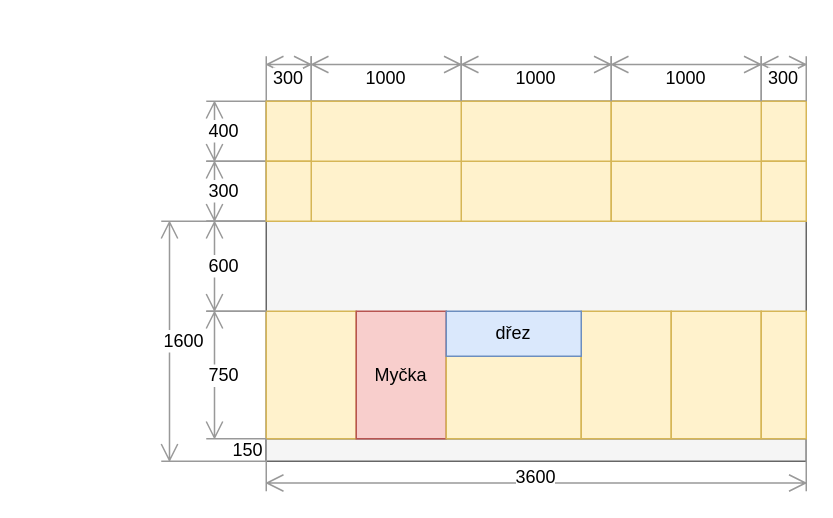
Before: docs/src/static/drawings/kitchen.wall-watter.drawio in surquest/flat-renovation, a draw.io diagram. Source tidied: cells renumbered, new cells numbered last; positions are measured from the earlier drawing's top-left corner, leaving out a move shared by most shapes. Both pictures are drawn from the tidied source at 150%, with x=0, y=0 at pixel (160, 56).
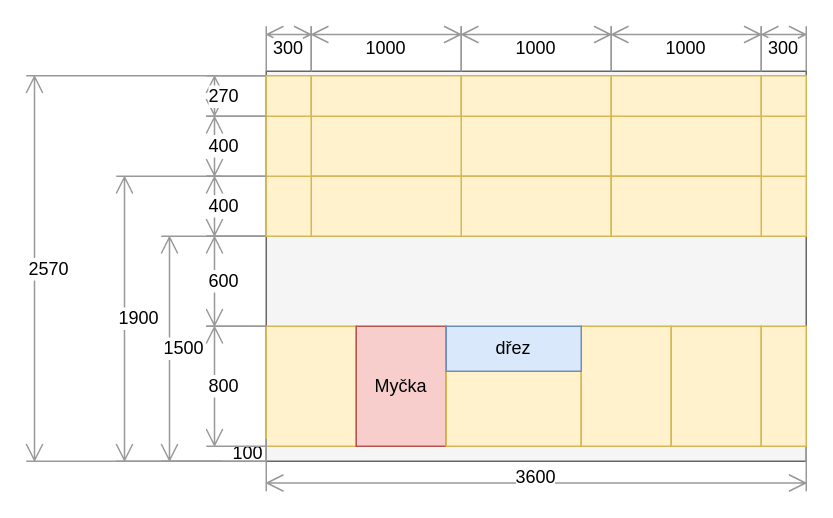
The same diagram, later.

Commit message (it also covers changes not shown here):
Patch of kitchen sizing

Change to the diagram source:
```diff
@@
     <mxCell id="2" style="rounded=0;whiteSpace=wrap;html=1;strokeColor=#666666;fillColor=#f5f5f5;fontColor=#333333;" parent="1" vertex="1">
-      <mxGeometry x="70" y="30" width="360" height="240" as="geometry" />
+      <mxGeometry x="70" y="10" width="360" height="250" as="geometry" />
     </mxCell>
     <mxCell id="3" style="rounded=0;whiteSpace=wrap;html=1;fillColor=#f5f5f5;fontColor=#333333;strokeColor=#666666;" parent="1" vertex="1">
-      <mxGeometry x="70" y="255" width="360" height="15" as="geometry" />
+      <mxGeometry x="70" y="260" width="360" height="10" as="geometry" />
     </mxCell>
     <mxCell id="4" style="rounded=0;whiteSpace=wrap;html=1;fillColor=#fff2cc;strokeColor=#d6b656;" parent="1" vertex="1">
-      <mxGeometry x="70" y="170" width="60" height="85" as="geometry" />
+      <mxGeometry x="70" y="180" width="60" height="80" as="geometry" />
     </mxCell>
-    <mxCell id="5" value="150" style="shape=dimension;direction=south;whiteSpace=wrap;html=1;align=right;verticalAlign=middle;labelBackgroundColor=#ffffff;strokeColor=none;" parent="1" vertex="1">
-      <mxGeometry x="30" y="255" width="40" height="15" as="geometry" />
+    <mxCell id="5" value="100" style="shape=dimension;direction=south;whiteSpace=wrap;html=1;align=right;verticalAlign=middle;labelBackgroundColor=#ffffff;strokeColor=none;" parent="1" vertex="1">
+      <mxGeometry x="30" y="260" width="40" height="10" as="geometry" />
     </mxCell>
-    <mxCell id="6" value="750" style="shape=dimension;direction=south;whiteSpace=wrap;html=1;align=left;verticalAlign=middle;labelBackgroundColor=#ffffff;strokeColor=#999999;" parent="1" vertex="1">
-      <mxGeometry x="30" y="170" width="40" height="85" as="geometry" />
+    <mxCell id="6" value="800" style="shape=dimension;direction=south;whiteSpace=wrap;html=1;align=left;verticalAlign=middle;labelBackgroundColor=#ffffff;strokeColor=#999999;" parent="1" vertex="1">
+      <mxGeometry x="30" y="180" width="40" height="80" as="geometry" />
     </mxCell>
     <mxCell id="7" value="400" style="shape=dimension;direction=south;whiteSpace=wrap;html=1;align=left;verticalAlign=middle;labelBackgroundColor=#ffffff;strokeColor=#999999;" parent="1" vertex="1">
-      <mxGeometry x="30" y="30" width="40" height="40" as="geometry" />
+      <mxGeometry x="30" y="80" width="40" height="40" as="geometry" />
     </mxCell>
-    <mxCell id="8" value="1600" style="shape=dimension;direction=south;whiteSpace=wrap;html=1;align=left;verticalAlign=middle;labelBackgroundColor=#ffffff;strokeColor=#999999;" parent="1" vertex="1">
-      <mxGeometry y="110" width="70" height="160" as="geometry" />
+    <mxCell id="8" value="1500" style="shape=dimension;direction=south;whiteSpace=wrap;html=1;align=left;verticalAlign=middle;labelBackgroundColor=#ffffff;strokeColor=#999999;" parent="1" vertex="1">
+      <mxGeometry y="120" width="70" height="150" as="geometry" />
     </mxCell>
     <mxCell id="9" value="Myčka" style="rounded=0;whiteSpace=wrap;html=1;fillColor=#f8cecc;strokeColor=#b85450;" parent="1" vertex="1">
-      <mxGeometry x="130" y="170" width="60" height="85" as="geometry" />
+      <mxGeometry x="130" y="180" width="60" height="80" as="geometry" />
     </mxCell>
     <mxCell id="10" style="rounded=0;whiteSpace=wrap;html=1;fillColor=#fff2cc;strokeColor=#d6b656;" parent="1" vertex="1">
-      <mxGeometry x="190" y="200" width="90" height="55" as="geometry" />
+      <mxGeometry x="190" y="205" width="90" height="55" as="geometry" />
     </mxCell>
@@
     <mxCell id="12" value="300" style="shape=dimension;direction=west;whiteSpace=wrap;html=1;align=center;verticalAlign=middle;labelBackgroundColor=#ffffff;strokeColor=#999999;" parent="1" vertex="1">
-      <mxGeometry x="70" width="30" height="30" as="geometry" />
+      <mxGeometry x="70" y="-20" width="30" height="30" as="geometry" />
     </mxCell>
     <mxCell id="13" style="rounded=0;whiteSpace=wrap;html=1;fillColor=#fff2cc;strokeColor=#d6b656;" parent="1" vertex="1">
-      <mxGeometry x="280" y="170" width="60" height="85" as="geometry" />
+      <mxGeometry x="280" y="180" width="60" height="80" as="geometry" />
     </mxCell>
     <mxCell id="14" style="rounded=0;whiteSpace=wrap;html=1;fillColor=#fff2cc;strokeColor=#d6b656;" parent="1" vertex="1">
-      <mxGeometry x="340" y="170" width="60" height="85" as="geometry" />
+      <mxGeometry x="340" y="180" width="60" height="80" as="geometry" />
     </mxCell>
     <mxCell id="15" style="rounded=0;whiteSpace=wrap;html=1;fillColor=#fff2cc;strokeColor=#d6b656;" parent="1" vertex="1">
-      <mxGeometry x="400" y="170" width="30" height="85" as="geometry" />
+      <mxGeometry x="400" y="180" width="30" height="80" as="geometry" />
     </mxCell>
     <mxCell id="16" value="dřez" style="rounded=0;whiteSpace=wrap;html=1;fillColor=#dae8fc;strokeColor=#6c8ebf;" parent="1" vertex="1">
-      <mxGeometry x="190" y="170" width="90" height="30" as="geometry" />
+      <mxGeometry x="190" y="180" width="90" height="30" as="geometry" />
     </mxCell>
     <mxCell id="17" style="rounded=0;whiteSpace=wrap;html=1;fillColor=#fff2cc;strokeColor=#d6b656;" parent="1" vertex="1">
-      <mxGeometry x="400" y="30" width="30" height="40" as="geometry" />
+      <mxGeometry x="400" y="80" width="30" height="40" as="geometry" />
     </mxCell>
     <mxCell id="18" style="rounded=0;whiteSpace=wrap;html=1;fillColor=#fff2cc;strokeColor=#d6b656;" parent="1" vertex="1">
-      <mxGeometry x="400" y="70" width="30" height="40" as="geometry" />
+      <mxGeometry x="400" y="40" width="30" height="40" as="geometry" />
     </mxCell>
     <mxCell id="19" value="1000" style="shape=dimension;direction=west;whiteSpace=wrap;html=1;align=center;verticalAlign=middle;labelBackgroundColor=#ffffff;strokeColor=#999999;" parent="1" vertex="1">
-      <mxGeometry x="100" width="100" height="30" as="geometry" />
+      <mxGeometry x="100" y="-20" width="100" height="30" as="geometry" />
     </mxCell>
     <mxCell id="20" value="600" style="shape=dimension;direction=south;whiteSpace=wrap;html=1;align=left;verticalAlign=middle;labelBackgroundColor=#ffffff;strokeColor=#999999;" parent="1" vertex="1">
-      <mxGeometry x="30" y="110" width="40" height="60" as="geometry" />
+      <mxGeometry x="30" y="120" width="40" height="60" as="geometry" />
     </mxCell>
-    <mxCell id="21" value="300" style="shape=dimension;direction=south;whiteSpace=wrap;html=1;align=left;verticalAlign=middle;labelBackgroundColor=#ffffff;strokeColor=#999999;" parent="1" vertex="1">
-      <mxGeometry x="30" y="70" width="40" height="40" as="geometry" />
-    </mxCell>
     <mxCell id="22" style="rounded=0;whiteSpace=wrap;html=1;fillColor=#fff2cc;strokeColor=#d6b656;" parent="1" vertex="1">
-      <mxGeometry x="200" y="70" width="100" height="40" as="geometry" />
+      <mxGeometry x="200" y="40" width="100" height="40" as="geometry" />
     </mxCell>
     <mxCell id="23" style="rounded=0;whiteSpace=wrap;html=1;fillColor=#fff2cc;strokeColor=#d6b656;" parent="1" vertex="1">
-      <mxGeometry x="200" y="30" width="100" height="40" as="geometry" />
+      <mxGeometry x="200" y="80" width="100" height="40" as="geometry" />
     </mxCell>
     <mxCell id="24" style="rounded=0;whiteSpace=wrap;html=1;fillColor=#fff2cc;strokeColor=#d6b656;" parent="1" vertex="1">
-      <mxGeometry x="100" y="70" width="100" height="40" as="geometry" />
+      <mxGeometry x="100" y="40" width="100" height="40" as="geometry" />
     </mxCell>
     <mxCell id="25" style="rounded=0;whiteSpace=wrap;html=1;fillColor=#fff2cc;strokeColor=#d6b656;" parent="1" vertex="1">
-      <mxGeometry x="100" y="30" width="100" height="40" as="geometry" />
+      <mxGeometry x="100" y="80" width="100" height="40" as="geometry" />
     </mxCell>
     <mxCell id="26" style="rounded=0;whiteSpace=wrap;html=1;fillColor=#fff2cc;strokeColor=#d6b656;" parent="1" vertex="1">
-      <mxGeometry x="300" y="70" width="100" height="40" as="geometry" />
+      <mxGeometry x="300" y="40" width="100" height="40" as="geometry" />
     </mxCell>
     <mxCell id="27" style="rounded=0;whiteSpace=wrap;html=1;fillColor=#fff2cc;strokeColor=#d6b656;" parent="1" vertex="1">
-      <mxGeometry x="300" y="30" width="100" height="40" as="geometry" />
+      <mxGeometry x="300" y="80" width="100" height="40" as="geometry" />
     </mxCell>
     <mxCell id="28" style="rounded=0;whiteSpace=wrap;html=1;fillColor=#fff2cc;strokeColor=#d6b656;" parent="1" vertex="1">
-      <mxGeometry x="70" y="30" width="30" height="40" as="geometry" />
+      <mxGeometry x="70" y="80" width="30" height="40" as="geometry" />
     </mxCell>
     <mxCell id="29" style="rounded=0;whiteSpace=wrap;html=1;fillColor=#fff2cc;strokeColor=#d6b656;" parent="1" vertex="1">
-      <mxGeometry x="70" y="70" width="30" height="40" as="geometry" />
+      <mxGeometry x="70" y="40" width="30" height="40" as="geometry" />
     </mxCell>
     <mxCell id="30" value="1000" style="shape=dimension;direction=west;whiteSpace=wrap;html=1;align=center;verticalAlign=middle;labelBackgroundColor=#ffffff;strokeColor=#999999;" parent="1" vertex="1">
-      <mxGeometry x="300" width="100" height="30" as="geometry" />
+      <mxGeometry x="300" y="-20" width="100" height="30" as="geometry" />
     </mxCell>
     <mxCell id="31" value="1000" style="shape=dimension;direction=west;whiteSpace=wrap;html=1;align=center;verticalAlign=middle;labelBackgroundColor=#ffffff;strokeColor=#999999;" parent="1" vertex="1">
-      <mxGeometry x="200" width="100" height="30" as="geometry" />
+      <mxGeometry x="200" y="-20" width="100" height="30" as="geometry" />
     </mxCell>
     <mxCell id="32" value="300" style="shape=dimension;direction=west;whiteSpace=wrap;html=1;align=center;verticalAlign=middle;labelBackgroundColor=#ffffff;strokeColor=#999999;" parent="1" vertex="1">
-      <mxGeometry x="400" width="30" height="30" as="geometry" />
+      <mxGeometry x="400" y="-20" width="30" height="30" as="geometry" />
     </mxCell>
+    <mxCell id="33" value="2570" style="shape=dimension;direction=south;whiteSpace=wrap;html=1;align=left;verticalAlign=middle;labelBackgroundColor=#ffffff;strokeColor=#999999;" parent="1" vertex="1">
+      <mxGeometry x="-90" y="13" width="160" height="257" as="geometry" />
+    </mxCell>
+    <mxCell id="34" value="270" style="shape=dimension;direction=south;whiteSpace=wrap;html=1;align=left;verticalAlign=middle;labelBackgroundColor=#ffffff;strokeColor=#999999;" parent="1" vertex="1">
+      <mxGeometry x="30" y="13" width="40" height="27" as="geometry" />
+    </mxCell>
+    <mxCell id="35" style="rounded=0;whiteSpace=wrap;html=1;fillColor=#fff2cc;strokeColor=#d6b656;" parent="1" vertex="1">
+      <mxGeometry x="70" y="13" width="30" height="27" as="geometry" />
+    </mxCell>
+    <mxCell id="36" style="rounded=0;whiteSpace=wrap;html=1;fillColor=#fff2cc;strokeColor=#d6b656;" parent="1" vertex="1">
+      <mxGeometry x="100" y="13" width="100" height="27" as="geometry" />
+    </mxCell>
+    <mxCell id="37" style="rounded=0;whiteSpace=wrap;html=1;fillColor=#fff2cc;strokeColor=#d6b656;" parent="1" vertex="1">
+      <mxGeometry x="200" y="13" width="100" height="27" as="geometry" />
+    </mxCell>
+    <mxCell id="38" style="rounded=0;whiteSpace=wrap;html=1;fillColor=#fff2cc;strokeColor=#d6b656;" parent="1" vertex="1">
+      <mxGeometry x="300" y="13" width="100" height="27" as="geometry" />
+    </mxCell>
+    <mxCell id="39" style="rounded=0;whiteSpace=wrap;html=1;fillColor=#fff2cc;strokeColor=#d6b656;" parent="1" vertex="1">
+      <mxGeometry x="400" y="13" width="30" height="27" as="geometry" />
+    </mxCell>
+    <mxCell id="40" value="1900" style="shape=dimension;direction=south;whiteSpace=wrap;html=1;align=left;verticalAlign=middle;labelBackgroundColor=#ffffff;strokeColor=#999999;" parent="1" vertex="1">
+      <mxGeometry x="-30" y="80" width="70" height="190" as="geometry" />
+    </mxCell>
+    <mxCell id="41" value="400" style="shape=dimension;direction=south;whiteSpace=wrap;html=1;align=left;verticalAlign=middle;labelBackgroundColor=#ffffff;strokeColor=#999999;" parent="1" vertex="1">
+      <mxGeometry x="30" y="40" width="40" height="40" as="geometry" />
+    </mxCell>
```
